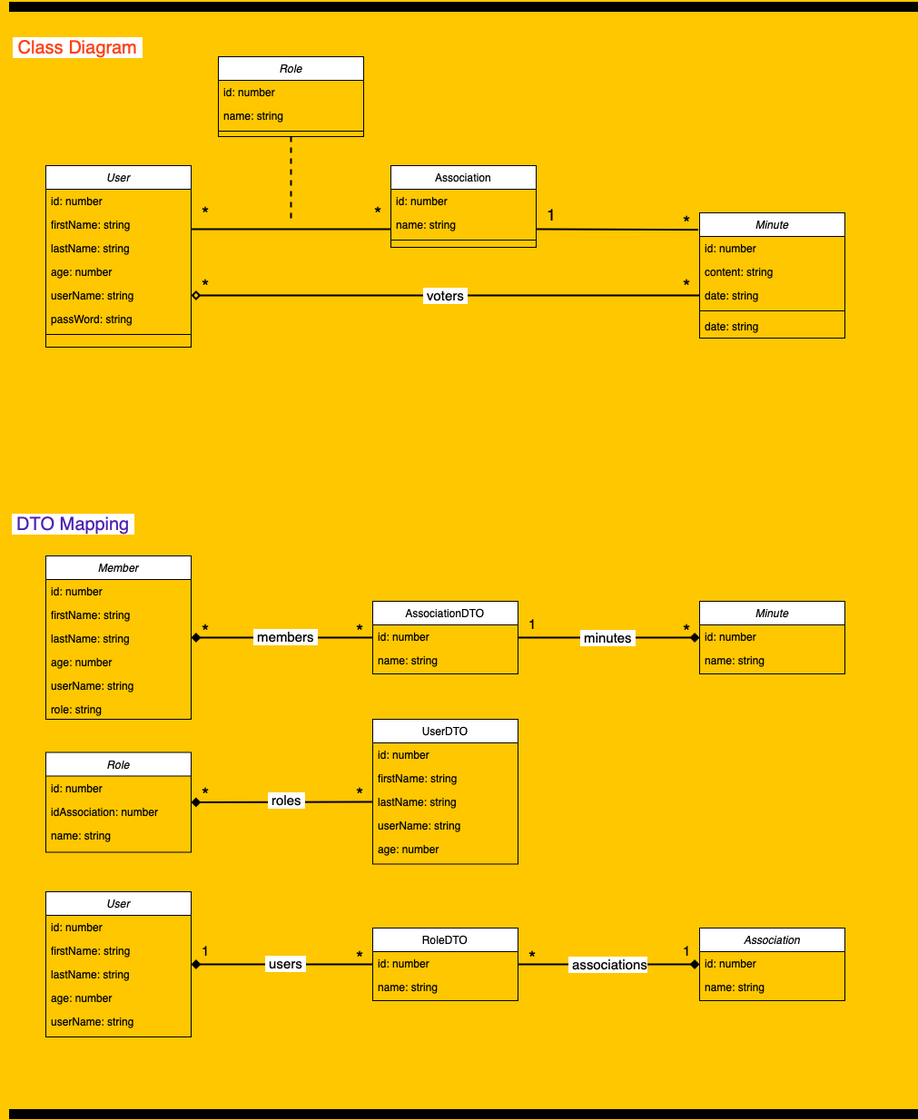
This is Classe Diagram.drawio.png from ZieAmara/fr-administration-api, a draw.io export, as it was before one commit. Source tidied: cells renumbered, new cells last; positions are measured from the earlier drawing's top-left corner, leaving out a move shared by most shapes.
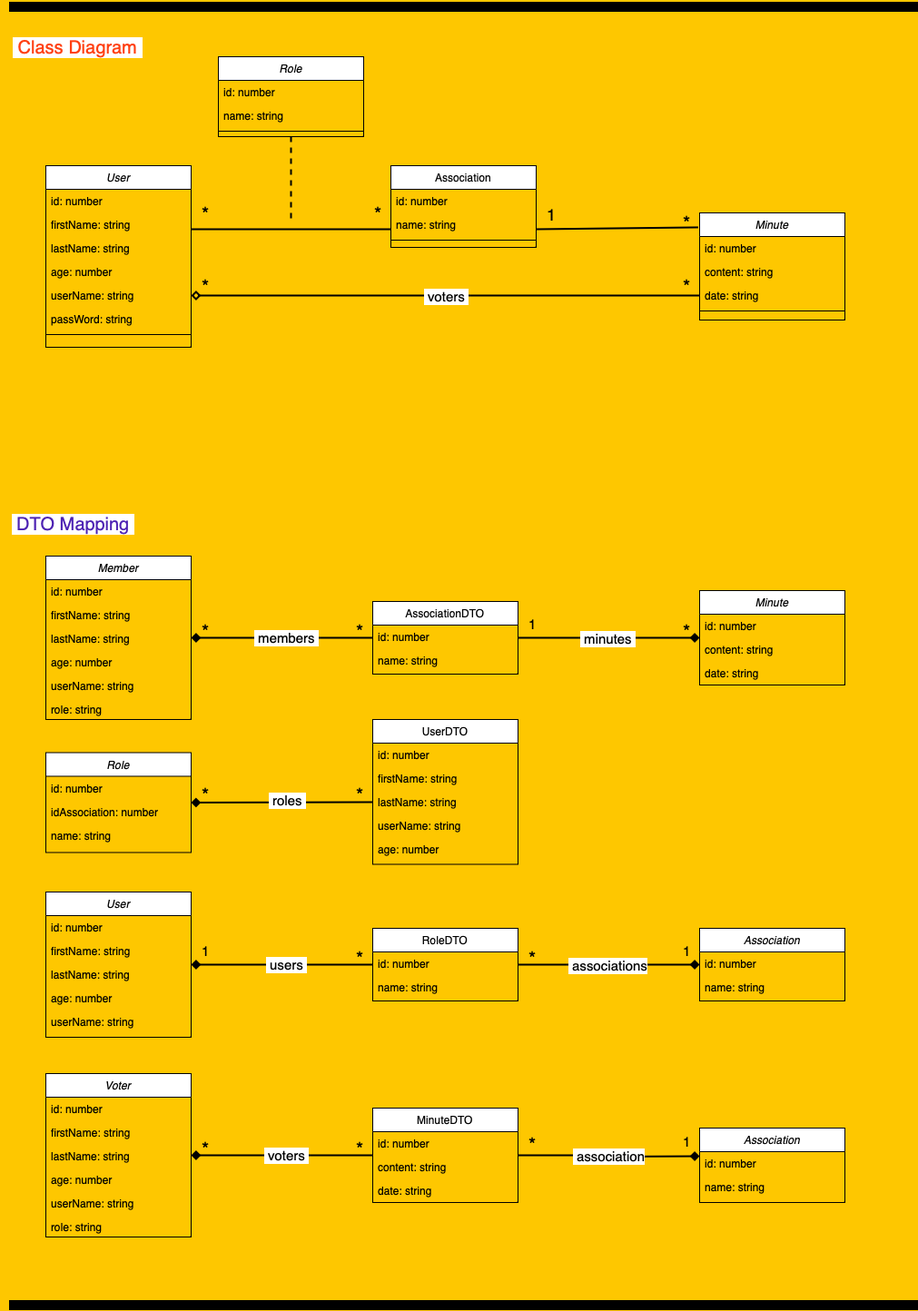
Later version of the same file.

What changed in the source:
```diff
@@ -125,6 +125,26 @@
         <mxPoint x="10" y="805" as="offset" />
       </mxGeometry>
     </mxCell>
+    <mxCell id="94" value="*" style="align=left;verticalAlign=bottom;labelBackgroundColor=none;fontSize=21;" parent="14" vertex="1">
+      <mxGeometry x="-1" relative="1" as="geometry">
+        <mxPoint x="10" y="1025" as="offset" />
+      </mxGeometry>
+    </mxCell>
+    <mxCell id="95" value="*" style="align=left;verticalAlign=bottom;labelBackgroundColor=none;fontSize=21;" parent="14" vertex="1">
+      <mxGeometry x="-1" relative="1" as="geometry">
+        <mxPoint x="180" y="1025" as="offset" />
+      </mxGeometry>
+    </mxCell>
+    <mxCell id="96" value="1" style="align=left;verticalAlign=bottom;labelBackgroundColor=none;fontSize=15;" parent="14" vertex="1">
+      <mxGeometry x="-1" relative="1" as="geometry">
+        <mxPoint x="540" y="1015" as="offset" />
+      </mxGeometry>
+    </mxCell>
+    <mxCell id="97" value="*" style="align=left;verticalAlign=bottom;labelBackgroundColor=none;fontSize=21;" parent="14" vertex="1">
+      <mxGeometry x="-1" relative="1" as="geometry">
+        <mxPoint x="370" y="1020" as="offset" />
+      </mxGeometry>
+    </mxCell>
     <mxCell id="31" style="rounded=0;jettySize=auto;html=1;dashed=1;endArrow=none;endFill=0;strokeWidth=2;" parent="1" edge="1" source="32">
       <mxGeometry relative="1" as="geometry">
         <mxPoint x="320" y="240" as="targetPoint" />
@@ -146,7 +166,7 @@
       <mxGeometry relative="1" as="geometry" />
     </mxCell>
     <mxCell id="37" value="Minute" style="swimlane;fontStyle=2;align=center;verticalAlign=top;horizontal=1;startSize=26;rounded=0;shadow=0;strokeWidth=1;" parent="1" vertex="1">
-      <mxGeometry x="770" y="232" width="160" height="138" as="geometry" />
+      <mxGeometry x="770" y="232" width="160" height="118" as="geometry" />
     </mxCell>
     <mxCell id="38" value="id: number" style="text;align=left;verticalAlign=top;spacingLeft=4;spacingRight=4;overflow=hidden;" parent="37" vertex="1">
       <mxGeometry y="26" width="160" height="26" as="geometry" />
@@ -160,9 +180,6 @@
     <mxCell id="41" style="line;html=1;strokeWidth=1;align=left;verticalAlign=middle;spacingTop=-1;spacingLeft=3;spacingRight=3;labelPosition=right;" parent="37" vertex="1">
       <mxGeometry y="104" width="160" height="8" as="geometry" />
     </mxCell>
-    <mxCell id="42" value="date: string" style="text;align=left;verticalAlign=top;spacingLeft=4;spacingRight=4;overflow=hidden;rounded=0;shadow=0;html=0;" parent="37" vertex="1">
-      <mxGeometry y="112" width="160" height="26" as="geometry" />
-    </mxCell>
     <mxCell id="43" style="rounded=0;jettySize=auto;html=1;endArrow=diamond;endFill=0;strokeWidth=2;exitX=0;exitY=0.5;exitDx=0;exitDy=0;entryX=1;entryY=0.5;entryDx=0;entryDy=0;" parent="1" edge="1" source="40" target="7">
       <mxGeometry relative="1" as="geometry" />
     </mxCell>
@@ -218,7 +235,7 @@
       <mxGeometry x="-0.04" y="-1" relative="1" as="geometry" />
     </mxCell>
     <mxCell id="61" value="1" style="whiteSpace=wrap;html=1;fillColor=#000000;" parent="1" vertex="1">
-      <mxGeometry x="10" y="1220" width="1000" height="10" as="geometry" />
+      <mxGeometry x="10" y="1430" width="1000" height="10" as="geometry" />
     </mxCell>
     <mxCell id="62" value="1" style="whiteSpace=wrap;html=1;fillColor=#000000;" parent="1" vertex="1">
       <mxGeometry x="10" width="1000" height="10" as="geometry" />
@@ -262,14 +279,17 @@
       </mxGeometry>
     </mxCell>
     <mxCell id="75" value="Minute" style="swimlane;fontStyle=2;align=center;verticalAlign=top;horizontal=1;startSize=26;rounded=0;shadow=0;strokeWidth=1;" parent="1" vertex="1">
-      <mxGeometry x="770" y="660" width="160" height="80" as="geometry" />
+      <mxGeometry x="770" y="648" width="160" height="104" as="geometry" />
     </mxCell>
     <mxCell id="76" value="id: number" style="text;align=left;verticalAlign=top;spacingLeft=4;spacingRight=4;overflow=hidden;rounded=0;shadow=0;html=0;" parent="75" vertex="1">
       <mxGeometry y="26" width="160" height="26" as="geometry" />
     </mxCell>
-    <mxCell id="77" value="name: string" style="text;align=left;verticalAlign=top;spacingLeft=4;spacingRight=4;overflow=hidden;rounded=0;shadow=0;html=0;" parent="75" vertex="1">
+    <mxCell id="77" value="content: string" style="text;align=left;verticalAlign=top;spacingLeft=4;spacingRight=4;overflow=hidden;rounded=0;shadow=0;html=0;" parent="75" vertex="1">
       <mxGeometry y="52" width="160" height="26" as="geometry" />
     </mxCell>
+    <mxCell id="98" value="date: string" style="text;align=left;verticalAlign=top;spacingLeft=4;spacingRight=4;overflow=hidden;rounded=0;shadow=0;html=0;" parent="75" vertex="1">
+      <mxGeometry y="78" width="160" height="26" as="geometry" />
+    </mxCell>
     <mxCell id="78" value="User" style="swimlane;fontStyle=2;align=center;verticalAlign=top;horizontal=1;startSize=26;rounded=0;shadow=0;strokeWidth=1;" parent="1" vertex="1">
       <mxGeometry x="50" y="980" width="160" height="160" as="geometry" />
     </mxCell>
@@ -318,5 +338,61 @@
     <mxCell id="93" value="name: string" style="text;align=left;verticalAlign=top;spacingLeft=4;spacingRight=4;overflow=hidden;rounded=0;shadow=0;html=0;" parent="91" vertex="1">
       <mxGeometry y="52" width="160" height="26" as="geometry" />
     </mxCell>
+    <mxCell id="99" value="Voter" style="swimlane;fontStyle=2;align=center;verticalAlign=top;horizontal=1;startSize=26;rounded=0;shadow=0;strokeWidth=1;" parent="1" vertex="1">
+      <mxGeometry x="50" y="1180" width="160" height="180" as="geometry" />
+    </mxCell>
+    <mxCell id="100" value="id: number" style="text;align=left;verticalAlign=top;spacingLeft=4;spacingRight=4;overflow=hidden;" parent="99" vertex="1">
+      <mxGeometry y="26" width="160" height="26" as="geometry" />
+    </mxCell>
+    <mxCell id="101" value="firstName: string" style="text;align=left;verticalAlign=top;spacingLeft=4;spacingRight=4;overflow=hidden;rounded=0;shadow=0;html=0;" parent="99" vertex="1">
+      <mxGeometry y="52" width="160" height="26" as="geometry" />
+    </mxCell>
+    <mxCell id="102" value="lastName: string" style="text;align=left;verticalAlign=top;spacingLeft=4;spacingRight=4;overflow=hidden;rounded=0;shadow=0;html=0;" parent="99" vertex="1">
+      <mxGeometry y="78" width="160" height="26" as="geometry" />
+    </mxCell>
+    <mxCell id="103" value="age: number" style="text;align=left;verticalAlign=top;spacingLeft=4;spacingRight=4;overflow=hidden;rounded=0;shadow=0;html=0;" parent="99" vertex="1">
+      <mxGeometry y="104" width="160" height="26" as="geometry" />
+    </mxCell>
+    <mxCell id="104" value="userName: string" style="text;align=left;verticalAlign=top;spacingLeft=4;spacingRight=4;overflow=hidden;" parent="99" vertex="1">
+      <mxGeometry y="130" width="160" height="26" as="geometry" />
+    </mxCell>
+    <mxCell id="105" value="role: string" style="text;align=left;verticalAlign=top;spacingLeft=4;spacingRight=4;overflow=hidden;" parent="99" vertex="1">
+      <mxGeometry y="156" width="160" height="20" as="geometry" />
+    </mxCell>
+    <mxCell id="106" style="edgeStyle=orthogonalEdgeStyle;rounded=0;jettySize=auto;html=1;strokeWidth=2;endArrow=diamond;endFill=1;" parent="1" edge="1" source="108">
+      <mxGeometry relative="1" as="geometry">
+        <mxPoint x="770" y="1271" as="targetPoint" />
+      </mxGeometry>
+    </mxCell>
+    <mxCell id="107" value="&lt;span style=&quot;font-size: 15px;&quot;&gt;&amp;nbsp;association&lt;/span&gt;" style="edgeLabel;html=1;align=center;verticalAlign=middle;" parent="106" vertex="1">
+      <mxGeometry x="-0.02" relative="1" as="geometry" />
+    </mxCell>
+    <mxCell id="108" value="MinuteDTO" style="swimlane;fontStyle=0;align=center;verticalAlign=top;horizontal=1;startSize=26;rounded=0;shadow=0;strokeWidth=1;" parent="1" vertex="1">
+      <mxGeometry x="410" y="1218" width="160" height="104" as="geometry" />
+    </mxCell>
+    <mxCell id="109" value="id: number" style="text;align=left;verticalAlign=top;spacingLeft=4;spacingRight=4;overflow=hidden;rounded=0;shadow=0;html=0;" parent="108" vertex="1">
+      <mxGeometry y="26" width="160" height="26" as="geometry" />
+    </mxCell>
+    <mxCell id="110" value="content: string" style="text;align=left;verticalAlign=top;spacingLeft=4;spacingRight=4;overflow=hidden;rounded=0;shadow=0;html=0;" parent="108" vertex="1">
+      <mxGeometry y="52" width="160" height="26" as="geometry" />
+    </mxCell>
+    <mxCell id="111" value="date: string" style="text;align=left;verticalAlign=top;spacingLeft=4;spacingRight=4;overflow=hidden;rounded=0;shadow=0;html=0;" parent="108" vertex="1">
+      <mxGeometry y="78" width="160" height="26" as="geometry" />
+    </mxCell>
+    <mxCell id="112" style="rounded=0;jettySize=auto;html=1;endArrow=diamond;endFill=1;strokeWidth=2;entryX=1;entryY=0.5;entryDx=0;entryDy=0;exitX=0;exitY=0.5;exitDx=0;exitDy=0;" parent="1" edge="1" source="108" target="99">
+      <mxGeometry relative="1" as="geometry" />
+    </mxCell>
+    <mxCell id="113" value="&amp;nbsp;voters&amp;nbsp;" style="edgeLabel;html=1;align=center;verticalAlign=middle;fontSize=15;" parent="112" vertex="1">
+      <mxGeometry x="-0.04" y="-1" relative="1" as="geometry" />
+    </mxCell>
+    <mxCell id="114" value="Association" style="swimlane;fontStyle=2;align=center;verticalAlign=top;horizontal=1;startSize=26;rounded=0;shadow=0;strokeWidth=1;" parent="1" vertex="1">
+      <mxGeometry x="770" y="1240" width="160" height="82" as="geometry" />
+    </mxCell>
+    <mxCell id="115" value="id: number" style="text;align=left;verticalAlign=top;spacingLeft=4;spacingRight=4;overflow=hidden;rounded=0;shadow=0;html=0;" parent="114" vertex="1">
+      <mxGeometry y="26" width="160" height="26" as="geometry" />
+    </mxCell>
+    <mxCell id="116" value="name: string" style="text;align=left;verticalAlign=top;spacingLeft=4;spacingRight=4;overflow=hidden;rounded=0;shadow=0;html=0;" parent="114" vertex="1">
+      <mxGeometry y="52" width="160" height="26" as="geometry" />
+    </mxCell>
   </root>
 </mxGraphModel>
```
